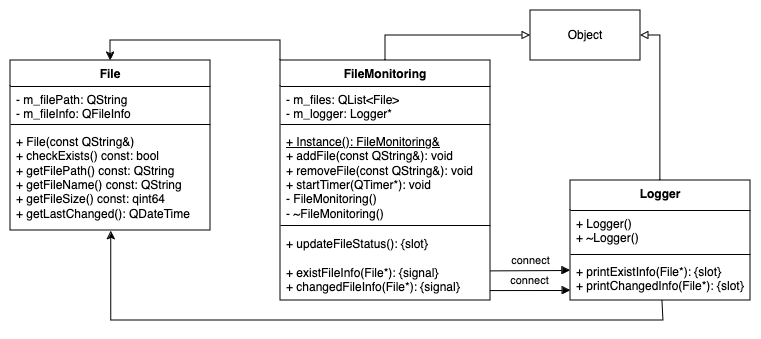
Above: UML.png in Ivvvay/FileMonitoring (draw.io), before the change. Source tidied: cells renumbered, new cells last; positions are measured from the earlier drawing's top-left corner, leaving out a move shared by most shapes.
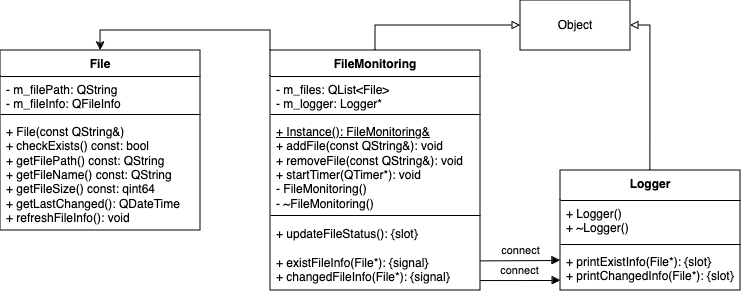
Later version of the same file.

Change to the diagram source:
```diff
@@ -3,7 +3,7 @@
     <mxCell id="0" />
     <mxCell id="1" parent="0" />
     <mxCell id="2" value="File" style="swimlane;fontStyle=1;align=center;verticalAlign=top;horizontal=1;startSize=26;whiteSpace=wrap;html=1;" parent="1" vertex="1">
-      <mxGeometry y="50" width="200" height="170" as="geometry" />
+      <mxGeometry y="50" width="200" height="180" as="geometry" />
     </mxCell>
     <mxCell id="3" value="&lt;div&gt;- m_filePath: QString&lt;/div&gt;&lt;div&gt;- m_fileInfo: QFileInfo&lt;br&gt;&lt;/div&gt;&lt;div&gt;&lt;br&gt;&lt;/div&gt;" style="text;strokeColor=none;fillColor=none;align=left;verticalAlign=top;spacingLeft=4;spacingRight=4;overflow=hidden;whiteSpace=wrap;html=1;" parent="2" vertex="1">
       <mxGeometry y="26" width="200" height="34" as="geometry" />
@@ -11,8 +11,8 @@
     <mxCell id="4" style="line;strokeWidth=1;fillColor=none;align=left;verticalAlign=middle;spacingTop=-1;spacingLeft=3;spacingRight=3;labelPosition=right;strokeColor=inherit;" parent="2" vertex="1">
       <mxGeometry y="60" width="200" height="8" as="geometry" />
     </mxCell>
-    <mxCell id="5" value="&lt;div&gt;+ File(const QString&amp;amp;)&lt;/div&gt;&lt;div&gt;+ checkExists() const: bool&lt;/div&gt;&lt;div&gt;+ getFilePath() const: QString&lt;/div&gt;&lt;div&gt;+ getFileName() const: QString&amp;nbsp;&lt;/div&gt;&lt;div&gt;+ getFileSize() const: qint64&lt;br&gt;+ getLastChanged(): QDateTime&lt;/div&gt;&lt;div&gt;&lt;br&gt;&lt;/div&gt;" style="text;strokeColor=none;fillColor=none;align=left;verticalAlign=top;spacingLeft=4;spacingRight=4;overflow=hidden;points=[[0,0.5],[1,0.5]];portConstraint=eastwest;whiteSpace=wrap;html=1;" parent="2" vertex="1">
-      <mxGeometry y="68" width="200" height="102" as="geometry" />
+    <mxCell id="5" value="&lt;div&gt;+ File(const QString&amp;amp;)&lt;/div&gt;&lt;div&gt;+ checkExists() const: bool&lt;/div&gt;&lt;div&gt;+ getFilePath() const: QString&lt;/div&gt;&lt;div&gt;+ getFileName() const: QString&amp;nbsp;&lt;/div&gt;&lt;div&gt;+ getFileSize() const: qint64&lt;br&gt;+ getLastChanged(): QDateTime&lt;/div&gt;&lt;div&gt;+ refreshFileInfo(): void&lt;/div&gt;&lt;div&gt;&lt;br&gt;&lt;/div&gt;" style="text;strokeColor=none;fillColor=none;align=left;verticalAlign=top;spacingLeft=4;spacingRight=4;overflow=hidden;points=[[0,0.5],[1,0.5]];portConstraint=eastwest;whiteSpace=wrap;html=1;" parent="2" vertex="1">
+      <mxGeometry y="68" width="200" height="112" as="geometry" />
     </mxCell>
     <mxCell id="6" style="edgeStyle=orthogonalEdgeStyle;rounded=0;jettySize=auto;html=1;exitX=0.5;exitY=0;exitDx=0;exitDy=0;entryX=1;entryY=0.5;entryDx=0;entryDy=0;endArrow=block;endFill=0;" parent="1" edge="1" source="7" target="19">
       <mxGeometry relative="1" as="geometry" />
@@ -66,14 +66,5 @@
         <mxPoint x="560" y="260" as="targetPoint" />
       </mxGeometry>
     </mxCell>
-    <mxCell id="22" style="edgeStyle=orthogonalEdgeStyle;rounded=0;jettySize=auto;html=1;exitX=0.511;exitY=1.009;exitDx=0;exitDy=0;entryX=0.504;entryY=1.006;entryDx=0;entryDy=0;entryPerimeter=0;exitPerimeter=0;" parent="1" edge="1" source="10" target="5">
-      <mxGeometry relative="1" as="geometry">
-        <Array as="points">
-          <mxPoint x="653" y="290" />
-          <mxPoint x="653" y="310" />
-          <mxPoint x="101" y="310" />
-        </Array>
-      </mxGeometry>
-    </mxCell>
   </root>
 </mxGraphModel>
```
